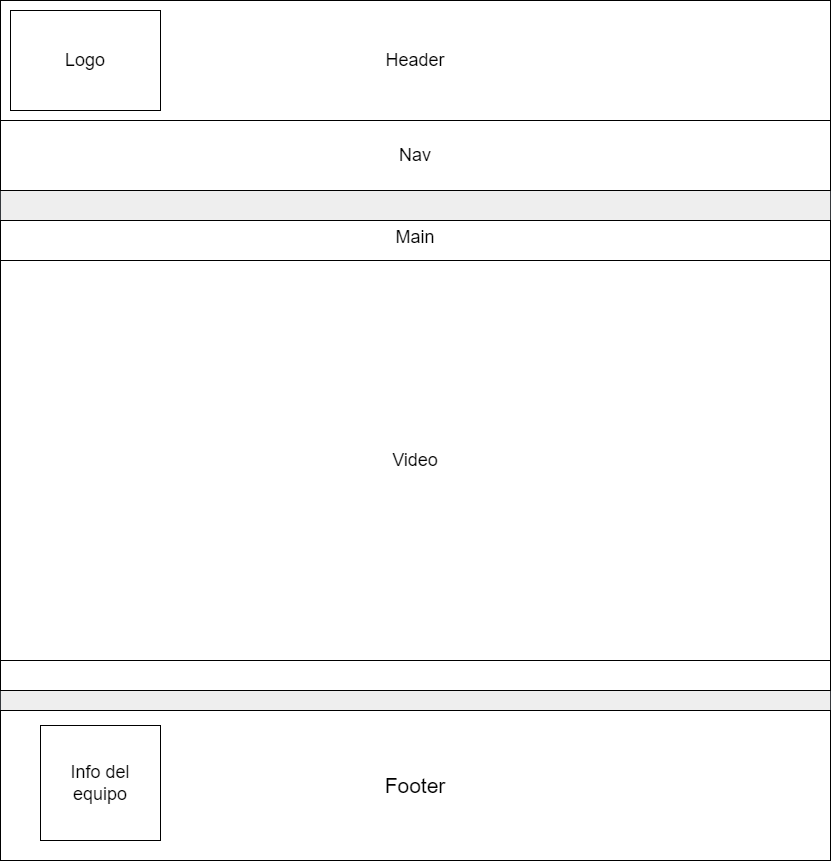
Earlier version of the draw.io export Wireframe/VideoTablet.drawio.png (DanieldRioG/FondoSur). Source tidied: cells renumbered, new cells last; positions are measured from the earlier drawing's top-left corner, leaving out a move shared by most shapes.
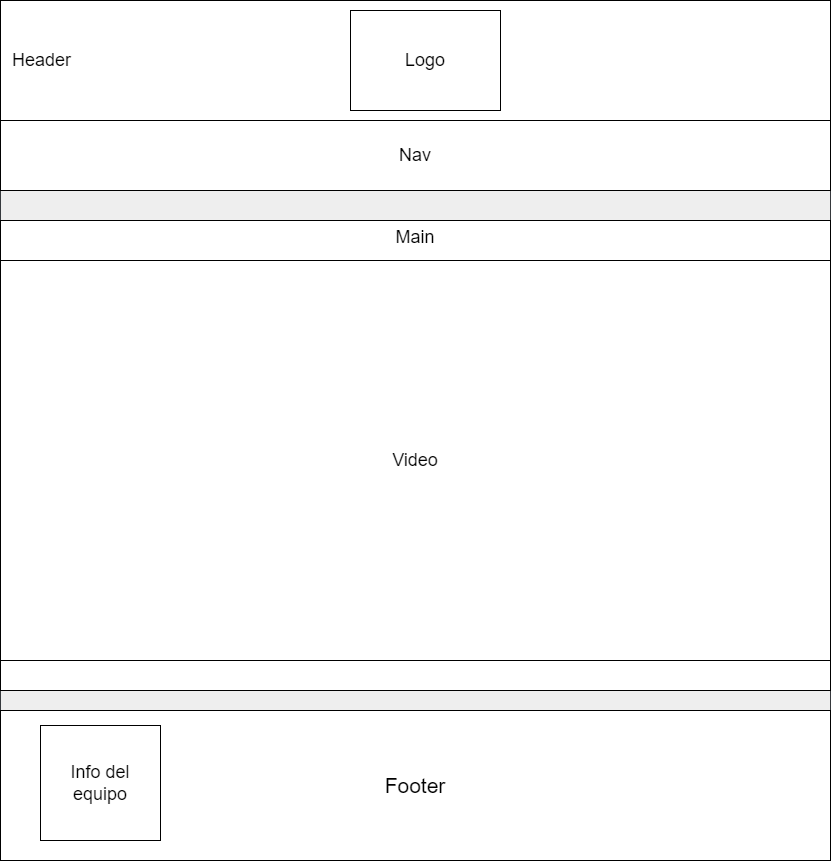
Later version of the same file.

Commit message:
2 wireframes video

The edit, as a diff of the source:
```diff
@@ -11,11 +11,11 @@
     <mxCell id="4" value="Info del equipo" style="rounded=0;whiteSpace=wrap;html=1;fontSize=18;" parent="1" vertex="1">
       <mxGeometry x="40" y="725" width="120" height="115" as="geometry" />
     </mxCell>
-    <mxCell id="5" value="Header" style="rounded=0;whiteSpace=wrap;html=1;fontSize=18;verticalAlign=middle;" parent="1" vertex="1">
+    <mxCell id="5" value="&amp;nbsp; Header" style="rounded=0;whiteSpace=wrap;html=1;fontSize=18;verticalAlign=middle;align=left;" parent="1" vertex="1">
       <mxGeometry width="830" height="120" as="geometry" />
     </mxCell>
     <mxCell id="6" value="Logo" style="rounded=0;whiteSpace=wrap;html=1;fontSize=18;verticalAlign=middle;" parent="1" vertex="1">
-      <mxGeometry x="10" y="10" width="150" height="100" as="geometry" />
+      <mxGeometry x="350" y="10" width="150" height="100" as="geometry" />
     </mxCell>
     <mxCell id="7" value="Main" style="rounded=0;whiteSpace=wrap;html=1;fontSize=18;verticalAlign=top;" parent="1" vertex="1">
       <mxGeometry y="220" width="830" height="470" as="geometry" />
```
